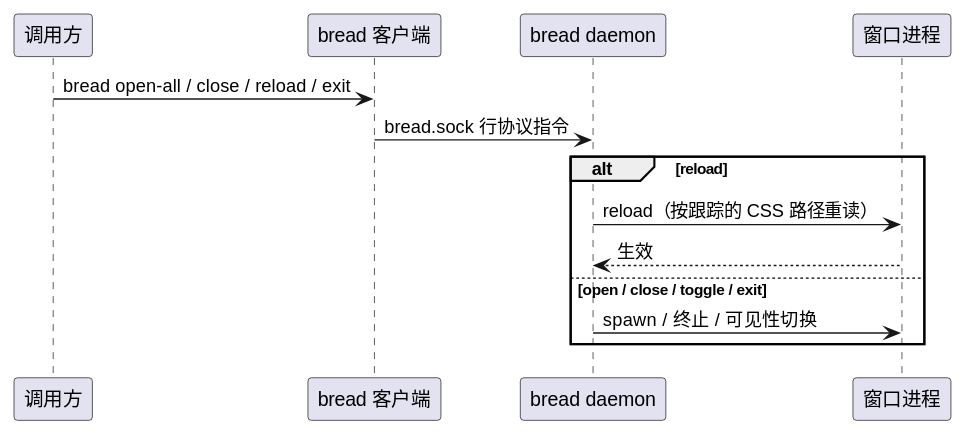
54m43lJ/BreadKnife keeps this PlantUML diagram as diagram/breadknife-control-reload.svg. Above is the earlier version.
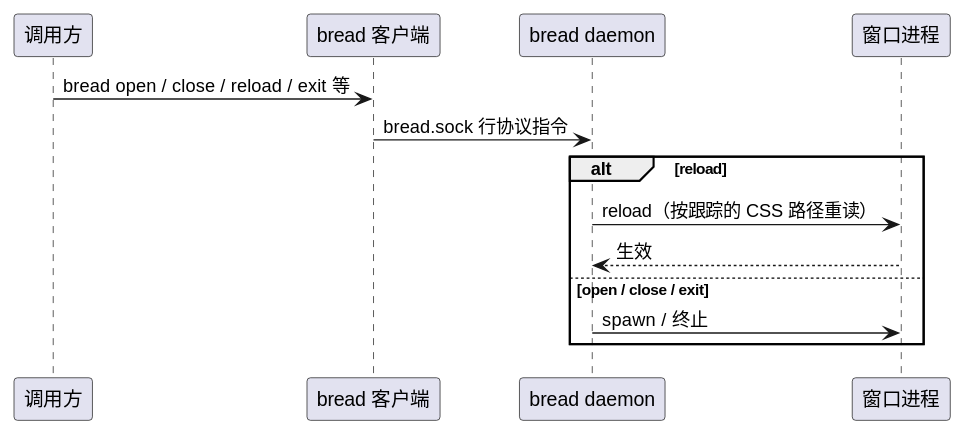
After the change.

Commit message:
docs: REVIEW 待决清零并删除清单——CODE 定稿与 §3 统一引用、bar 更名、toggle 残留清理、工作区映射方向勘正、Hyprland 外证入 reference、BUILD 悬链删除

Change to the diagram source:
```diff
@@ -4,12 +4,12 @@
 participant "bread daemon" as daemon
 participant "窗口进程" as win
 
-调用方 -> cli: bread open-all / close / reload / exit
+调用方 -> cli: bread open / close / reload / exit 等
 cli -> daemon: bread.sock 行协议指令
 alt reload
   daemon -> win: reload（按跟踪的 CSS 路径重读）
   win --> daemon: 生效
-else open / close / toggle / exit
-  daemon -> win: spawn / 终止 / 可见性切换
+else open / close / exit
+  daemon -> win: spawn / 终止
 end
 @enduml
```
